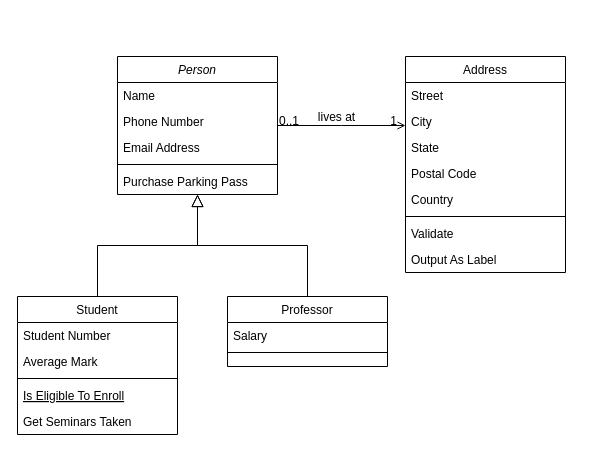
This is uebung1_2.drawio from topgnikita/se1, a draw.io file, before an edit. Source tidied: cells renumbered, new cells numbered last; positions are measured from the earlier drawing's top-left corner, leaving out a move shared by most shapes. Both pictures are drawn from the tidied source at 100%, with x=0, y=0 at pixel (17, 56).
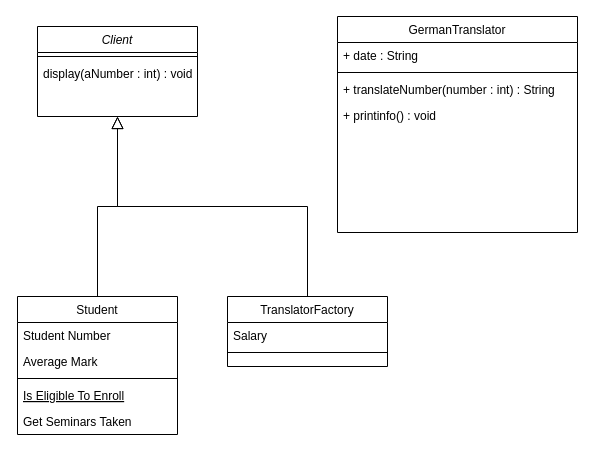
After the change.

The edit, as a diff of the source:
```diff
@@
-    <mxCell id="2" value="Person" style="swimlane;fontStyle=2;align=center;verticalAlign=top;horizontal=1;startSize=26;rounded=0;shadow=0;strokeWidth=1;" parent="1" vertex="1">
-      <mxGeometry x="100" width="160" height="138" as="geometry" />
+    <mxCell id="2" value="Client" style="swimlane;fontStyle=2;align=center;verticalAlign=top;horizontal=1;startSize=26;rounded=0;shadow=0;strokeWidth=1;" parent="1" vertex="1">
+      <mxGeometry x="20" y="-30" width="160" height="90" as="geometry" />
     </mxCell>
-    <mxCell id="3" value="Name" style="text;align=left;verticalAlign=top;spacingLeft=4;spacingRight=4;overflow=hidden;" parent="2" vertex="1">
-      <mxGeometry y="26" width="160" height="26" as="geometry" />
-    </mxCell>
-    <mxCell id="4" value="Phone Number" style="text;align=left;verticalAlign=top;spacingLeft=4;spacingRight=4;overflow=hidden;rounded=0;shadow=0;html=0;" parent="2" vertex="1">
-      <mxGeometry y="52" width="160" height="26" as="geometry" />
-    </mxCell>
-    <mxCell id="5" value="Email Address" style="text;align=left;verticalAlign=top;spacingLeft=4;spacingRight=4;overflow=hidden;rounded=0;shadow=0;html=0;" parent="2" vertex="1">
-      <mxGeometry y="78" width="160" height="26" as="geometry" />
-    </mxCell>
     <mxCell id="6" style="line;html=1;strokeWidth=1;align=left;verticalAlign=middle;spacingTop=-1;spacingLeft=3;spacingRight=3;labelPosition=right;" parent="2" vertex="1">
-      <mxGeometry y="104" width="160" height="8" as="geometry" />
+      <mxGeometry y="26" width="160" height="8" as="geometry" />
     </mxCell>
-    <mxCell id="7" value="Purchase Parking Pass" style="text;align=left;verticalAlign=top;spacingLeft=4;spacingRight=4;overflow=hidden;" parent="2" vertex="1">
-      <mxGeometry y="112" width="160" height="26" as="geometry" />
+    <mxCell id="7" value="display(aNumber : int) : void" style="text;align=left;verticalAlign=top;spacingLeft=4;spacingRight=4;overflow=hidden;" parent="2" vertex="1">
+      <mxGeometry y="34" width="160" height="26" as="geometry" />
     </mxCell>
@@
-    <mxCell id="15" value="Professor" style="swimlane;fontStyle=0;align=center;verticalAlign=top;horizontal=1;startSize=26;rounded=0;shadow=0;strokeWidth=1;" parent="1" vertex="1">
+    <mxCell id="15" value="TranslatorFactory" style="swimlane;fontStyle=0;align=center;verticalAlign=top;horizontal=1;startSize=26;rounded=0;shadow=0;strokeWidth=1;" parent="1" vertex="1">
       <mxGeometry x="210" y="240" width="160" height="70" as="geometry" />
     </mxCell>
@@
-    <mxCell id="19" value="Address" style="swimlane;fontStyle=0;align=center;verticalAlign=top;horizontal=1;startSize=26;rounded=0;shadow=0;strokeWidth=1;" parent="1" vertex="1">
-      <mxGeometry x="388" width="160" height="216" as="geometry" />
+    <mxCell id="19" value="GermanTranslator" style="swimlane;fontStyle=0;align=center;verticalAlign=top;horizontal=1;startSize=26;rounded=0;shadow=0;strokeWidth=1;" parent="1" vertex="1">
+      <mxGeometry x="320" y="-40" width="240" height="216" as="geometry" />
     </mxCell>
-    <mxCell id="20" value="Street" style="text;align=left;verticalAlign=top;spacingLeft=4;spacingRight=4;overflow=hidden;" parent="19" vertex="1">
-      <mxGeometry y="26" width="160" height="26" as="geometry" />
+    <mxCell id="20" value="+ date : String" style="text;align=left;verticalAlign=top;spacingLeft=4;spacingRight=4;overflow=hidden;" parent="19" vertex="1">
+      <mxGeometry y="26" width="240" height="26" as="geometry" />
     </mxCell>
-    <mxCell id="21" value="City" style="text;align=left;verticalAlign=top;spacingLeft=4;spacingRight=4;overflow=hidden;rounded=0;shadow=0;html=0;" parent="19" vertex="1">
-      <mxGeometry y="52" width="160" height="26" as="geometry" />
-    </mxCell>
-    <mxCell id="22" value="State" style="text;align=left;verticalAlign=top;spacingLeft=4;spacingRight=4;overflow=hidden;rounded=0;shadow=0;html=0;" parent="19" vertex="1">
-      <mxGeometry y="78" width="160" height="26" as="geometry" />
-    </mxCell>
-    <mxCell id="23" value="Postal Code" style="text;align=left;verticalAlign=top;spacingLeft=4;spacingRight=4;overflow=hidden;rounded=0;shadow=0;html=0;" parent="19" vertex="1">
-      <mxGeometry y="104" width="160" height="26" as="geometry" />
-    </mxCell>
-    <mxCell id="24" value="Country" style="text;align=left;verticalAlign=top;spacingLeft=4;spacingRight=4;overflow=hidden;rounded=0;shadow=0;html=0;" parent="19" vertex="1">
-      <mxGeometry y="130" width="160" height="26" as="geometry" />
-    </mxCell>
     <mxCell id="25" style="line;html=1;strokeWidth=1;align=left;verticalAlign=middle;spacingTop=-1;spacingLeft=3;spacingRight=3;labelPosition=right;" parent="19" vertex="1">
-      <mxGeometry y="156" width="160" height="8" as="geometry" />
+      <mxGeometry y="52" width="240" height="8" as="geometry" />
     </mxCell>
-    <mxCell id="26" value="Validate" style="text;align=left;verticalAlign=top;spacingLeft=4;spacingRight=4;overflow=hidden;" parent="19" vertex="1">
-      <mxGeometry y="164" width="160" height="26" as="geometry" />
+    <mxCell id="26" value="+ translateNumber(number : int) : String&#10;" style="text;align=left;verticalAlign=top;spacingLeft=4;spacingRight=4;overflow=hidden;" parent="19" vertex="1">
+      <mxGeometry y="60" width="240" height="26" as="geometry" />
     </mxCell>
-    <mxCell id="27" value="Output As Label" style="text;align=left;verticalAlign=top;spacingLeft=4;spacingRight=4;overflow=hidden;" parent="19" vertex="1">
-      <mxGeometry y="190" width="160" height="26" as="geometry" />
+    <mxCell id="27" value="+ printinfo() : void" style="text;align=left;verticalAlign=top;spacingLeft=4;spacingRight=4;overflow=hidden;" parent="19" vertex="1">
+      <mxGeometry y="86" width="240" height="26" as="geometry" />
     </mxCell>
-    <mxCell id="28" style="endArrow=open;shadow=0;strokeWidth=1;rounded=0;endFill=1;edgeStyle=elbowEdgeStyle;elbow=vertical;" parent="1" edge="1" source="2" target="19">
-      <mxGeometry x="0.5" y="41" relative="1" as="geometry">
-        <mxPoint x="-40" y="32" as="offset" />
-      </mxGeometry>
-    </mxCell>
-    <mxCell id="29" value="0..1" style="align=left;verticalAlign=bottom;labelBackgroundColor=none;fontSize=12;" parent="28" vertex="1">
-      <mxGeometry x="-1" relative="1" as="geometry">
-        <mxPoint y="4" as="offset" />
-      </mxGeometry>
-    </mxCell>
-    <mxCell id="30" value="1" style="align=right;verticalAlign=bottom;labelBackgroundColor=none;fontSize=12;" parent="28" vertex="1">
-      <mxGeometry x="1" relative="1" as="geometry">
-        <mxPoint x="-7" y="4" as="offset" />
-      </mxGeometry>
-    </mxCell>
-    <mxCell id="31" value="lives at" style="text;html=1;align=center;verticalAlign=middle;labelBackgroundColor=none;rounded=0;shadow=0;strokeWidth=1;fontSize=12;" parent="28" vertex="1">
-      <mxGeometry x="0.5" y="49" relative="1" as="geometry">
-        <mxPoint x="-38" y="40" as="offset" />
-      </mxGeometry>
-    </mxCell>
```
